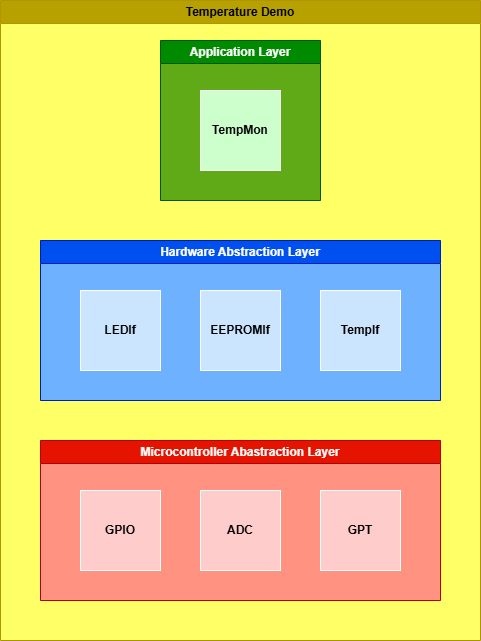
Before: Arch/Temp_Demo_Arch.png, a diagram exported from draw.io (Mikelhaeri/Temperature_monitor_demo). Source tidied: cells renumbered, new cells last; positions are measured from the earlier drawing's top-left corner, leaving out a move shared by most shapes.
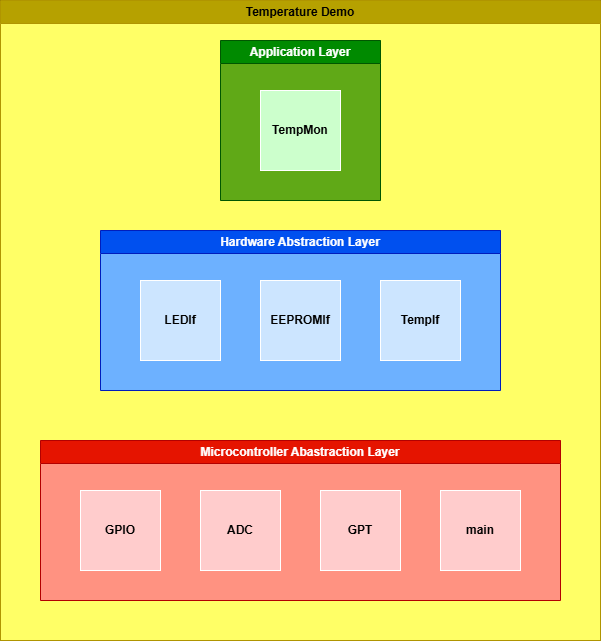
Above is the later version.

Change to the diagram source:
```diff
@@ -3,10 +3,10 @@
     <mxCell id="0" />
     <mxCell id="1" parent="0" />
     <mxCell id="2" value="Temperature Demo" style="swimlane;whiteSpace=wrap;html=1;fillColor=#B6A100;fontColor=#000000;strokeColor=#B09500;swimlaneFillColor=#FFFF66;" parent="1" vertex="1">
-      <mxGeometry width="480" height="640" as="geometry" />
+      <mxGeometry width="600" height="640" as="geometry" />
     </mxCell>
-    <mxCell id="3" value="Hardware Abstraction Layer" style="swimlane;whiteSpace=wrap;html=1;fillColor=#0050ef;fontColor=#ffffff;strokeColor=#001DBC;swimlaneFillColor=light-dark(#000000,#6DB1FF);startSize=23;" parent="1" vertex="1">
-      <mxGeometry x="40" y="240" width="400" height="160" as="geometry" />
+    <mxCell id="3" value="Hardware Abstraction Layer" style="swimlane;whiteSpace=wrap;html=1;fillColor=#0050ef;fontColor=#ffffff;strokeColor=#001DBC;swimlaneFillColor=light-dark(#000000,#6DB1FF);startSize=23;" parent="2" vertex="1">
+      <mxGeometry x="100" y="230" width="400" height="160" as="geometry" />
     </mxCell>
     <mxCell id="4" value="LEDIf" style="whiteSpace=wrap;html=1;fillColor=#CCE5FF;fontColor=#000000;fontStyle=1;" parent="3" vertex="1">
       <mxGeometry x="40" y="50" width="80" height="80" as="geometry" />
@@ -17,14 +17,14 @@
     <mxCell id="6" value="TempIf" style="whiteSpace=wrap;html=1;fillColor=#CCE5FF;fontColor=#000000;fontStyle=1;" parent="3" vertex="1">
       <mxGeometry x="280" y="50" width="80" height="80" as="geometry" />
     </mxCell>
-    <mxCell id="7" value="Application Layer" style="swimlane;whiteSpace=wrap;html=1;fillColor=#008a00;fontColor=#ffffff;strokeColor=#005700;swimlaneFillColor=light-dark(#000000,#60A917);" parent="1" vertex="1">
-      <mxGeometry x="160" y="40" width="160" height="160" as="geometry" />
+    <mxCell id="7" value="Application Layer" style="swimlane;whiteSpace=wrap;html=1;fillColor=#008a00;fontColor=#ffffff;strokeColor=#005700;swimlaneFillColor=light-dark(#000000,#60A917);" parent="2" vertex="1">
+      <mxGeometry x="220" y="40" width="160" height="160" as="geometry" />
     </mxCell>
     <mxCell id="8" value="TempMon" style="whiteSpace=wrap;html=1;fillColor=#CCFFCC;fontStyle=1;fontColor=#000000;" parent="7" vertex="1">
       <mxGeometry x="40" y="50" width="80" height="80" as="geometry" />
     </mxCell>
-    <mxCell id="9" value="Microcontroller Abastraction Layer" style="swimlane;whiteSpace=wrap;html=1;fillColor=#e51400;fontColor=#ffffff;strokeColor=#B20000;swimlaneFillColor=light-dark(#000000,#FF9281);" parent="1" vertex="1">
-      <mxGeometry x="40" y="440" width="400" height="160" as="geometry" />
+    <mxCell id="9" value="Microcontroller Abastraction Layer" style="swimlane;whiteSpace=wrap;html=1;fillColor=#e51400;fontColor=#ffffff;strokeColor=#B20000;swimlaneFillColor=light-dark(#000000, #ff9281);" parent="1" vertex="1">
+      <mxGeometry x="40" y="440" width="520" height="160" as="geometry" />
     </mxCell>
     <mxCell id="10" value="GPIO" style="whiteSpace=wrap;html=1;fillColor=#FFCCCC;fontStyle=1;fontColor=#000000;" parent="9" vertex="1">
       <mxGeometry x="40" y="50" width="80" height="80" as="geometry" />
@@ -35,5 +35,8 @@
     <mxCell id="12" value="GPT" style="whiteSpace=wrap;html=1;fillColor=#FFCCCC;fontStyle=1;fontColor=#000000;" parent="9" vertex="1">
       <mxGeometry x="280" y="50" width="80" height="80" as="geometry" />
     </mxCell>
+    <mxCell id="13" value="&lt;span&gt;main&lt;/span&gt;" style="whiteSpace=wrap;html=1;fillColor=#FFCCCC;fontColor=#000000;strokeColor=#FFFFFF;fontStyle=1;" parent="9" vertex="1">
+      <mxGeometry x="400" y="50" width="80" height="80" as="geometry" />
+    </mxCell>
   </root>
 </mxGraphModel>
```
